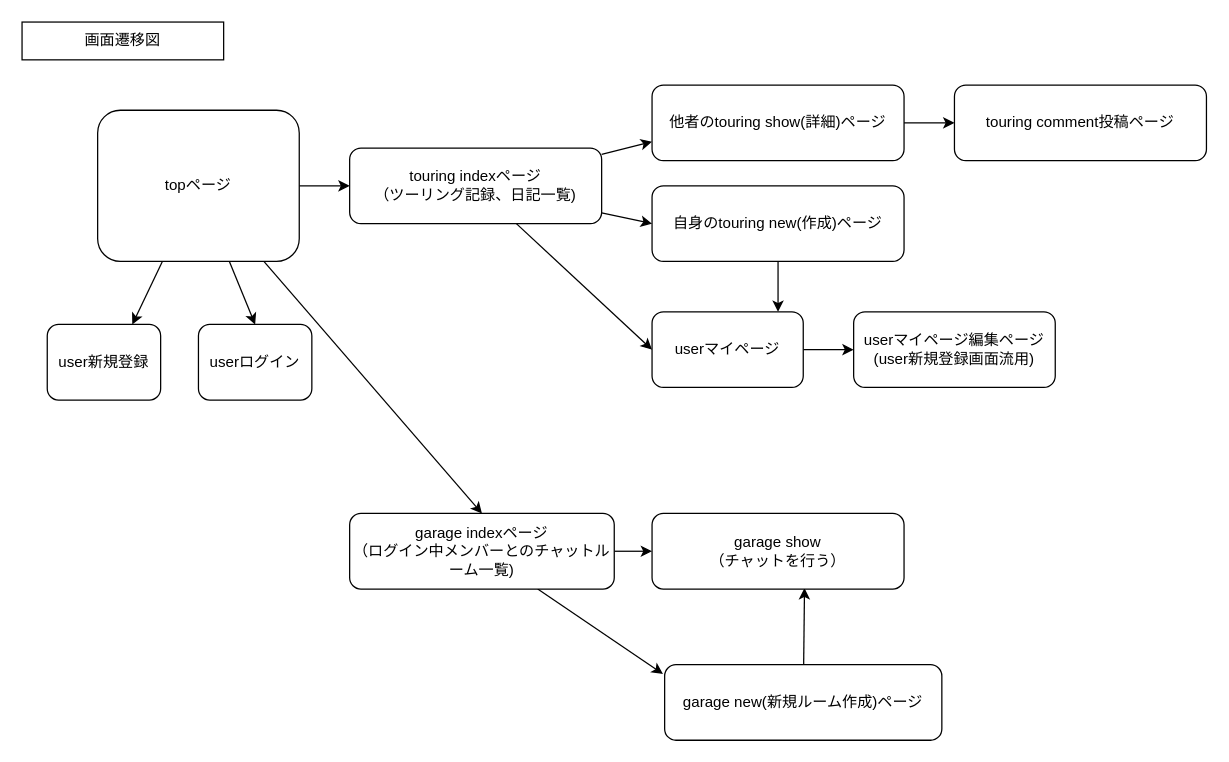
Above: page "ページ2" (2 of 2) of er.ride-with-me.dio in Tomoka17/Ride-with-Me2 (draw.io), before the change. Source tidied: cells renumbered, new cells numbered last; positions are measured from the earlier drawing's top-left corner, leaving out a move shared by most shapes. Both pictures are drawn from the tidied source at 126%, with x=0, y=0 at pixel (21, 21).
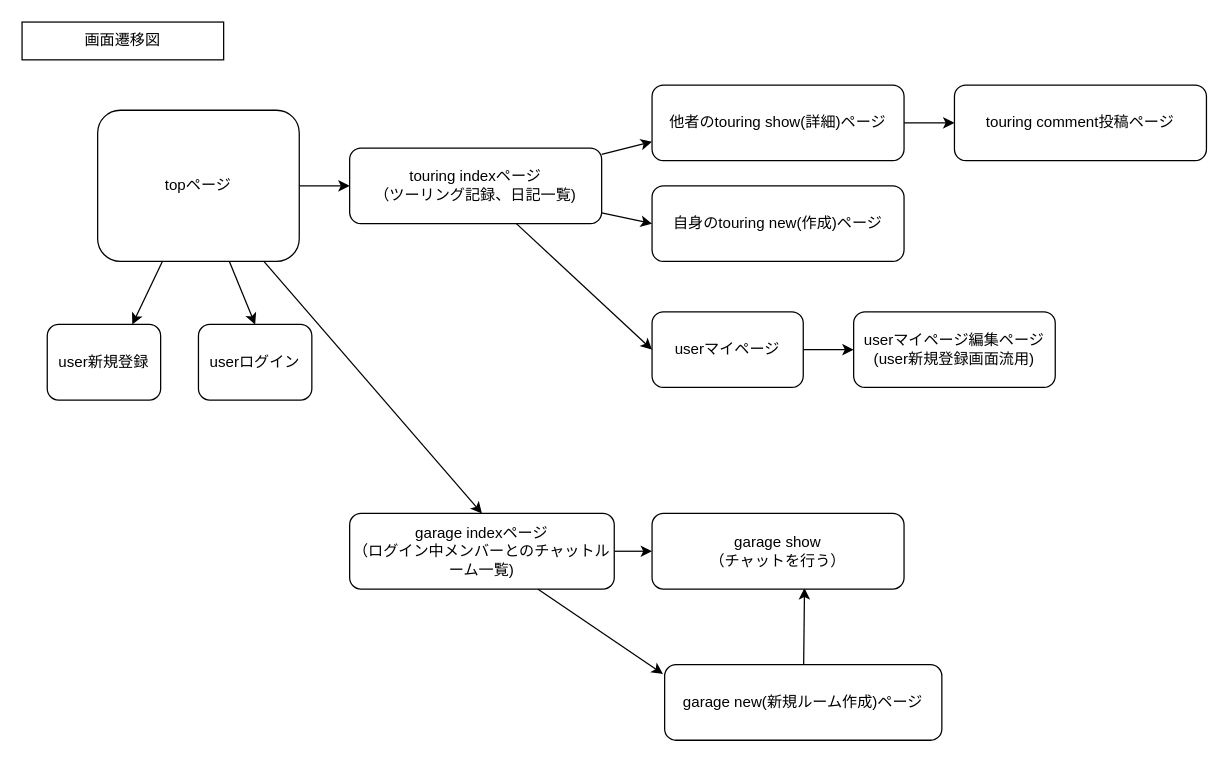
After the change.

Unchanged cells that the change refers to:
```xml
<mxCell id="17" value="自身のtouring new(作成)ページ" style="rounded=1;whiteSpace=wrap;html=1;" parent="1" vertex="1">
  <mxGeometry x="500" y="130" width="200" height="60" as="geometry" />
</mxCell>
```

Diff of the diagram source:
```diff
@@
-    <mxCell id="16" style="edgeStyle=none;html=1;" parent="1" edge="1" source="17">
-      <mxGeometry relative="1" as="geometry">
-        <mxPoint x="600" y="230" as="targetPoint" />
-      </mxGeometry>
-    </mxCell>
```
